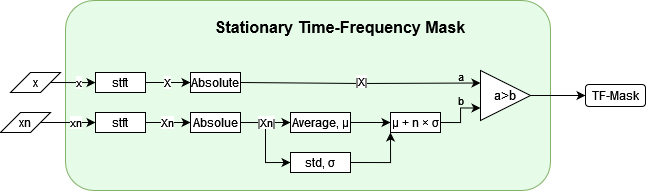
noisereduce/TorchSpectralGating keeps this draw.io diagram as supplementary_material/graphs/StationaryMaskScheme.png. Above is the earlier version. Source tidied: cells renumbered, new cells last; positions are measured from the earlier drawing's top-left corner, leaving out a move shared by most shapes.
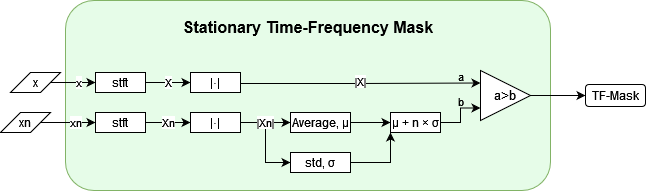
Later version of the same file.

Change to the diagram source:
```diff
@@ -47,7 +47,7 @@
         <mxPoint x="-4" y="-6" as="offset" />
       </mxGeometry>
     </mxCell>
-    <mxCell id="14" value="Absolute" style="rounded=0;whiteSpace=wrap;html=1;" parent="1" vertex="1">
+    <mxCell id="14" value="|&lt;span class=&quot;ILfuVd&quot; lang=&quot;en&quot;&gt;&lt;/span&gt;⋅|" style="rounded=0;whiteSpace=wrap;html=1;" parent="1" vertex="1">
       <mxGeometry x="190" y="72" width="50" height="20" as="geometry" />
     </mxCell>
     <mxCell id="15" style="edgeStyle=orthogonalEdgeStyle;rounded=0;jettySize=auto;html=1;exitX=1;exitY=0.5;exitDx=0;exitDy=0;entryX=0;entryY=0.5;entryDx=0;entryDy=0;" parent="1" edge="1" source="18" target="21">
@@ -59,11 +59,11 @@
     <mxCell id="17" value="|Xn|" style="edgeLabel;html=1;align=center;verticalAlign=middle;" parent="16" vertex="1">
       <mxGeometry x="-0.44" relative="1" as="geometry" />
     </mxCell>
-    <mxCell id="18" value="Absolue" style="rounded=0;whiteSpace=wrap;html=1;" parent="1" vertex="1">
+    <mxCell id="18" value="|⋅|" style="rounded=0;whiteSpace=wrap;html=1;" parent="1" vertex="1">
       <mxGeometry x="190" y="112" width="50" height="20" as="geometry" />
     </mxCell>
     <mxCell id="19" value="&lt;font style=&quot;font-size: 16px;&quot;&gt;Stationary Time-Frequency Mask&lt;br style=&quot;font-size: 16px;&quot;&gt;&lt;/font&gt;" style="text;strokeColor=none;align=center;fillColor=none;html=1;verticalAlign=middle;whiteSpace=wrap;rounded=0;fontStyle=1;fontSize=16;" parent="1" vertex="1">
-      <mxGeometry x="195" y="12" width="290" height="30" as="geometry" />
+      <mxGeometry x="162.5" y="12" width="290" height="30" as="geometry" />
     </mxCell>
     <mxCell id="20" style="edgeStyle=orthogonalEdgeStyle;rounded=0;jettySize=auto;html=1;exitX=1;exitY=0.5;exitDx=0;exitDy=0;entryX=0;entryY=0.5;entryDx=0;entryDy=0;" parent="1" edge="1" source="21" target="27">
       <mxGeometry relative="1" as="geometry" />
```
